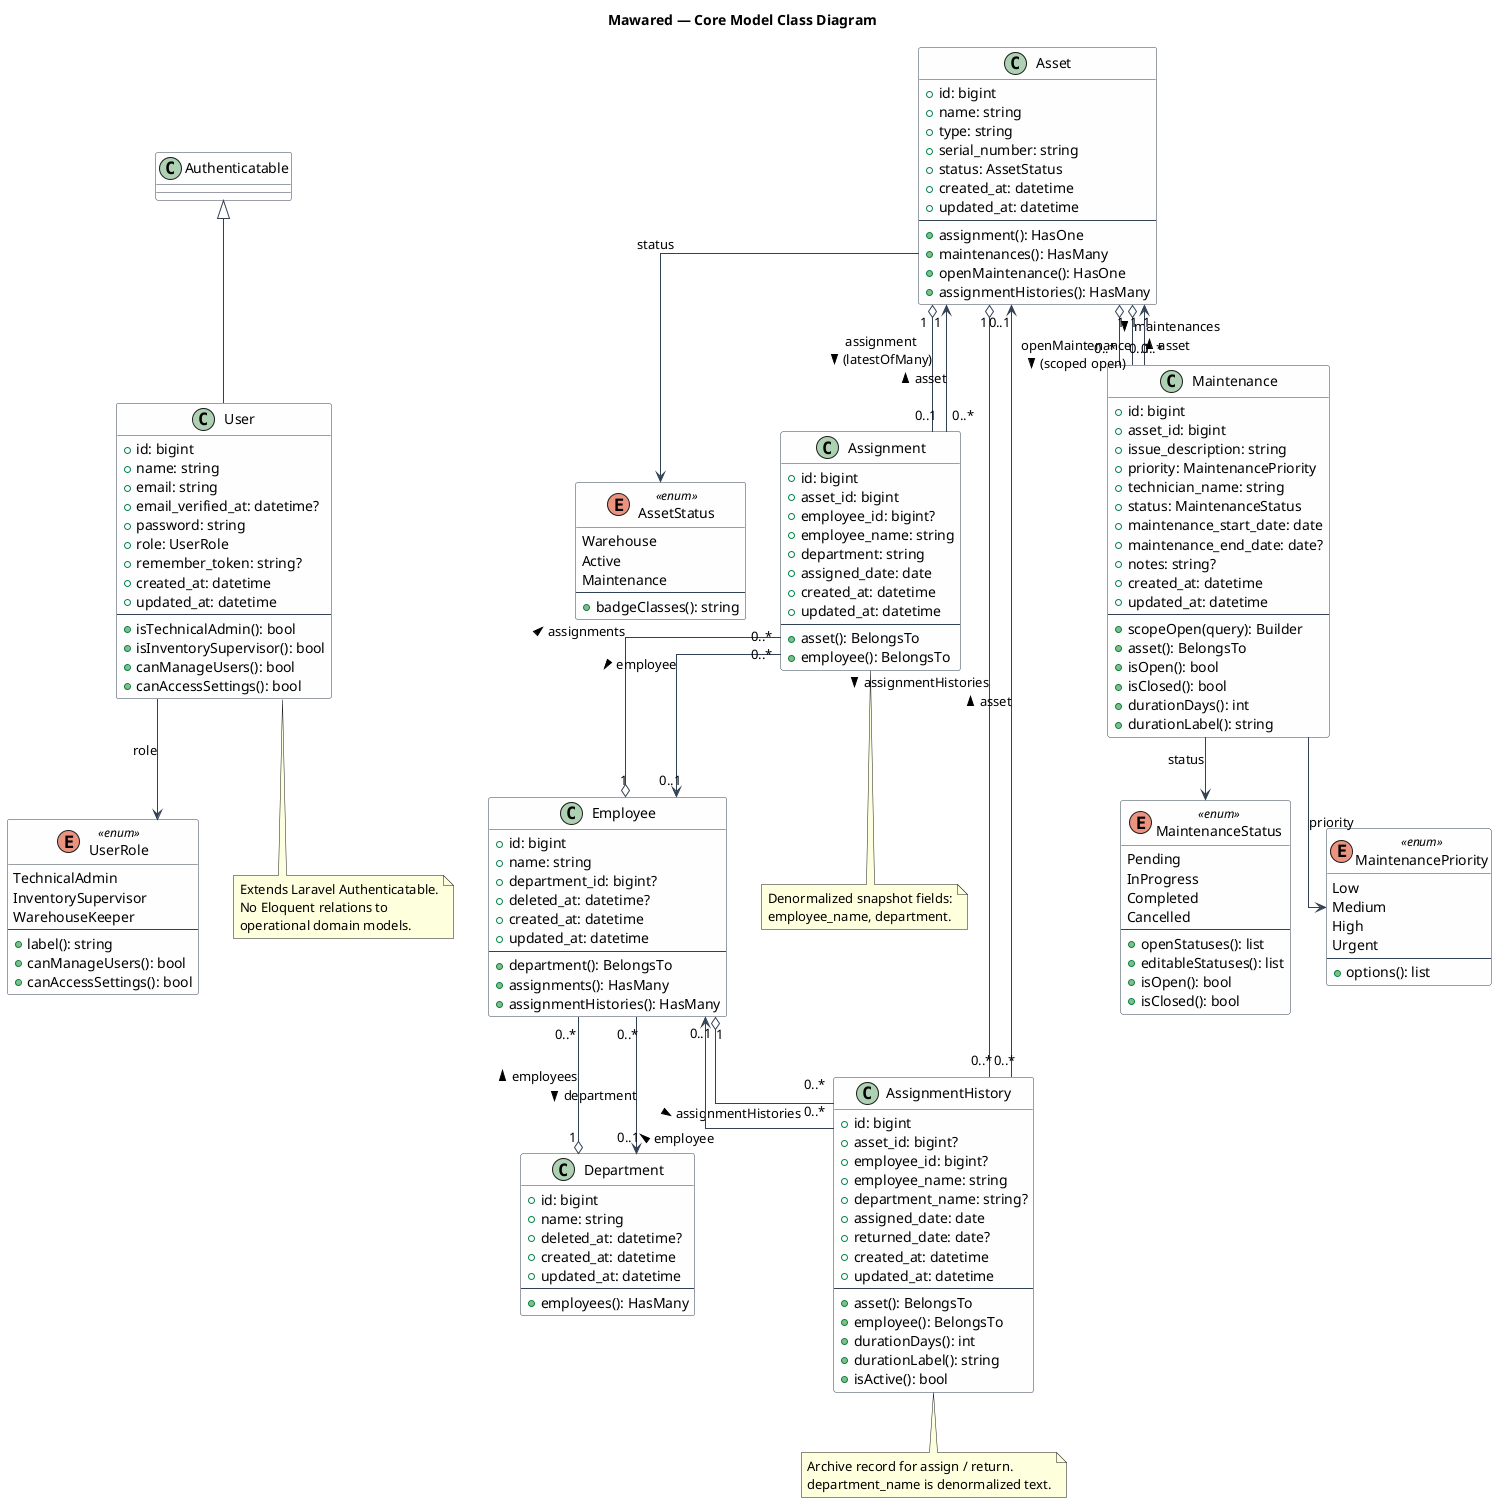
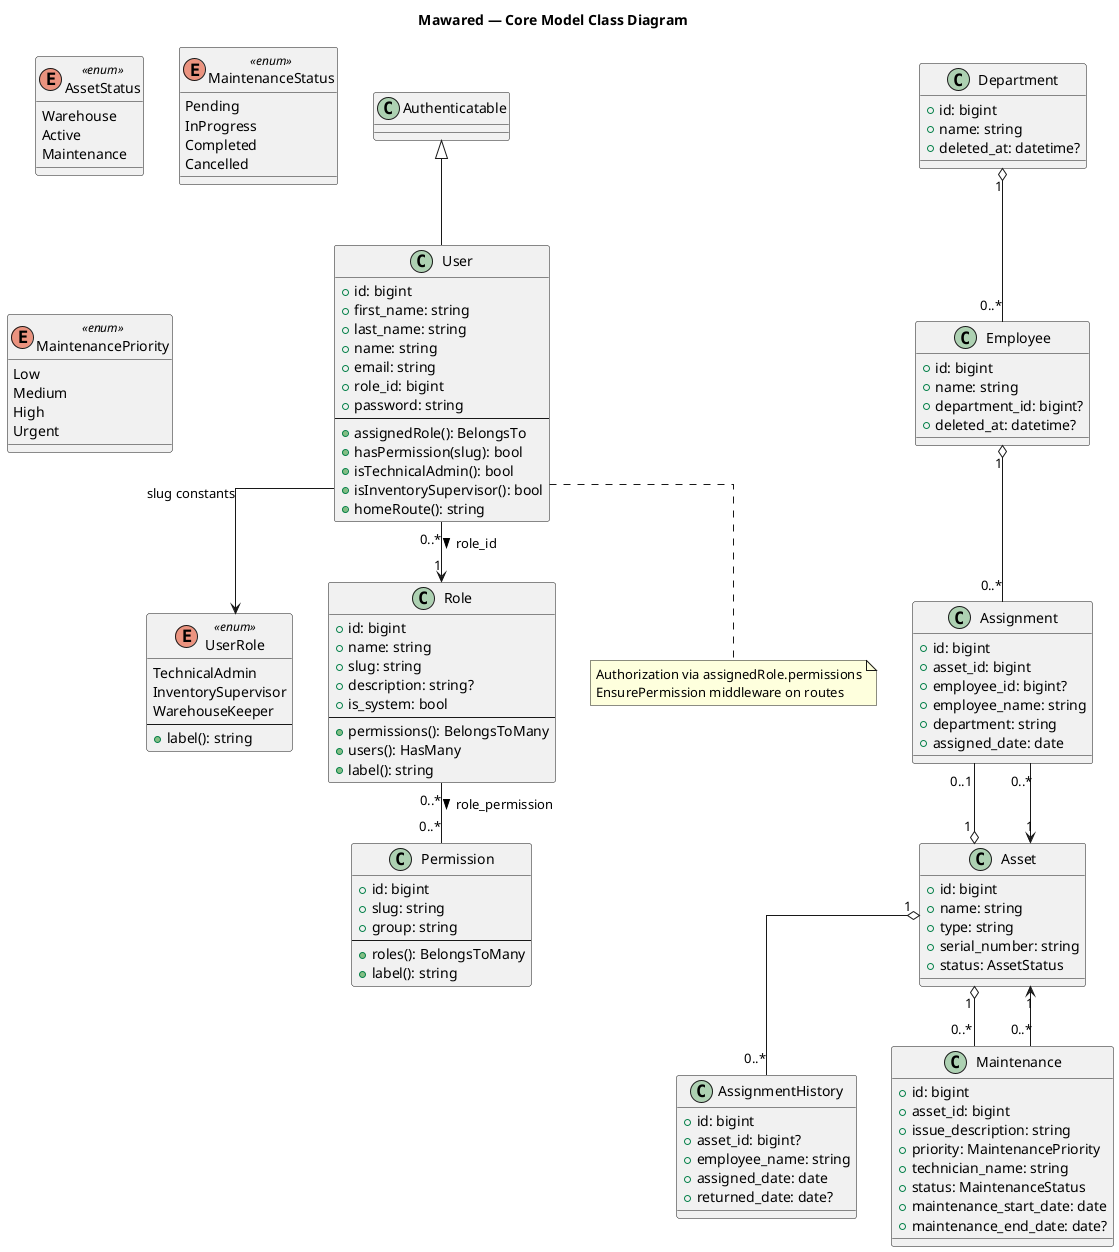
@startuml mawared-class-diagram
- ' MTNIMA — Mawared Domain Class Diagram
- ' Render: PlantUML / VS Code PlantUML extension / plantuml.com
+ ' MTNIMA — Mawared Domain Class Diagram (Dynamic RBAC)

skinparam linetype ortho
skinparam shadowing false
skinparam defaultFontName Arial
- skinparam class {
-   BackgroundColor #FEFEFE
-   BorderColor #334155
-   ArrowColor #334155
- }
- skinparam enum {
-   BackgroundColor #F8FAFC
-   BorderColor #64748B
- }

title Mawared — Core Model Class Diagram
- 
- ' --- Enums (attribute types) ---

enum UserRole <<enum>> {
  TechnicalAdmin
  InventorySupervisor
  WarehouseKeeper
  --
  +label(): string
-   +canManageUsers(): bool
-   +canAccessSettings(): bool
}

enum AssetStatus <<enum>> {
  Warehouse
  Active
  Maintenance
-   --
-   +badgeClasses(): string
}

enum MaintenanceStatus <<enum>> {
  Pending
  InProgress
  Completed
  Cancelled
-   --
-   +openStatuses(): list
-   +editableStatuses(): list
-   +isOpen(): bool
-   +isClosed(): bool
}

enum MaintenancePriority <<enum>> {
  Low
  Medium
  High
  Urgent
-   --
-   +options(): list
}
- 
- ' --- Core models ---

class User {
  +id: bigint
+   +first_name: string
+   +last_name: string
  +name: string
  +email: string
-   +email_verified_at: datetime?
+   +role_id: bigint
  +password: string
-   +role: UserRole
-   +remember_token: string?
-   +created_at: datetime
-   +updated_at: datetime
  --
+   +assignedRole(): BelongsTo
+   +hasPermission(slug): bool
  +isTechnicalAdmin(): bool
  +isInventorySupervisor(): bool
-   +canManageUsers(): bool
-   +canAccessSettings(): bool
+   +homeRoute(): string
+ }
+ 
+ class Role {
+   +id: bigint
+   +name: string
+   +slug: string
+   +description: string?
+   +is_system: bool
+   --
+   +permissions(): BelongsToMany
+   +users(): HasMany
+   +label(): string
+ }
+ 
+ class Permission {
+   +id: bigint
+   +slug: string
+   +group: string
+   --
+   +roles(): BelongsToMany
+   +label(): string
}

class Department {
  +id: bigint
  +name: string
  +deleted_at: datetime?
-   +created_at: datetime
-   +updated_at: datetime
-   --
-   +employees(): HasMany
}

class Employee {
  +id: bigint
  +name: string
  +department_id: bigint?
  +deleted_at: datetime?
-   +created_at: datetime
-   +updated_at: datetime
-   --
-   +department(): BelongsTo
-   +assignments(): HasMany
-   +assignmentHistories(): HasMany
}

class Asset {
  +id: bigint
  +name: string
  +type: string
  +serial_number: string
  +status: AssetStatus
-   +created_at: datetime
-   +updated_at: datetime
-   --
-   +assignment(): HasOne
-   +maintenances(): HasMany
-   +openMaintenance(): HasOne
-   +assignmentHistories(): HasMany
}

class Assignment {
  +id: bigint
  +asset_id: bigint
  +employee_id: bigint?
  +employee_name: string
  +department: string
  +assigned_date: date
-   +created_at: datetime
-   +updated_at: datetime
-   --
-   +asset(): BelongsTo
-   +employee(): BelongsTo
}

class AssignmentHistory {
  +id: bigint
  +asset_id: bigint?
-   +employee_id: bigint?
  +employee_name: string
-   +department_name: string?
  +assigned_date: date
  +returned_date: date?
-   +created_at: datetime
-   +updated_at: datetime
-   --
-   +asset(): BelongsTo
-   +employee(): BelongsTo
-   +durationDays(): int
-   +durationLabel(): string
-   +isActive(): bool
}

class Maintenance {
  +id: bigint
  +asset_id: bigint
  +issue_description: string
  +priority: MaintenancePriority
  +technician_name: string
  +status: MaintenanceStatus
  +maintenance_start_date: date
  +maintenance_end_date: date?
-   +notes: string?
-   +created_at: datetime
-   +updated_at: datetime
-   --
-   +scopeOpen(query): Builder
-   +asset(): BelongsTo
-   +isOpen(): bool
-   +isClosed(): bool
-   +durationDays(): int
-   +durationLabel(): string
}
- 
- ' --- Inheritance ---

Authenticatable <|-- User

- ' --- Enum usage ---
+ User --> UserRole : slug constants
+ User "0..*" --> "1" Role : role_id >
+ Role "0..*" -- "0..*" Permission : role_permission >

- User --> UserRole : role
- Asset --> AssetStatus : status
- Maintenance --> MaintenanceStatus : status
- Maintenance --> MaintenancePriority : priority
- 
- ' --- Associations ---
- 
- Department "1" o-- "0..*" Employee : employees >
- Employee "0..*" --> "0..1" Department : department >
- Employee "1" o-- "0..*" Assignment : assignments >
- Employee "1" o-- "0..*" AssignmentHistory : assignmentHistories >
- 
- Asset "1" o-- "0..1" Assignment : assignment\n(latestOfMany) >
- Asset "1" o-- "0..*" Maintenance : maintenances >
- Asset "1" o-- "0..1" Maintenance : openMaintenance\n(scoped open) >
- Asset "1" o-- "0..*" AssignmentHistory : assignmentHistories >
- 
- Assignment "0..*" --> "1" Asset : asset >
- Assignment "0..*" --> "0..1" Employee : employee >
- 
- AssignmentHistory "0..*" --> "0..1" Asset : asset >
- AssignmentHistory "0..*" --> "0..1" Employee : employee >
- 
- Maintenance "0..*" --> "1" Asset : asset >
+ Department "1" o-- "0..*" Employee
+ Asset "1" o-- "0..1" Assignment
+ Asset "1" o-- "0..*" Maintenance
+ Asset "1" o-- "0..*" AssignmentHistory
+ Employee "1" o-- "0..*" Assignment
+ Assignment "0..*" --> "1" Asset
+ Maintenance "0..*" --> "1" Asset

note bottom of User
-   Extends Laravel Authenticatable.
-   No Eloquent relations to
-   operational domain models.
- end note
- 
- note bottom of Assignment
-   Denormalized snapshot fields:
-   employee_name, department.
- end note
- 
- note bottom of AssignmentHistory
-   Archive record for assign / return.
-   department_name is denormalized text.
+   Authorization via assignedRole.permissions
+   EnsurePermission middleware on routes
end note

@enduml
